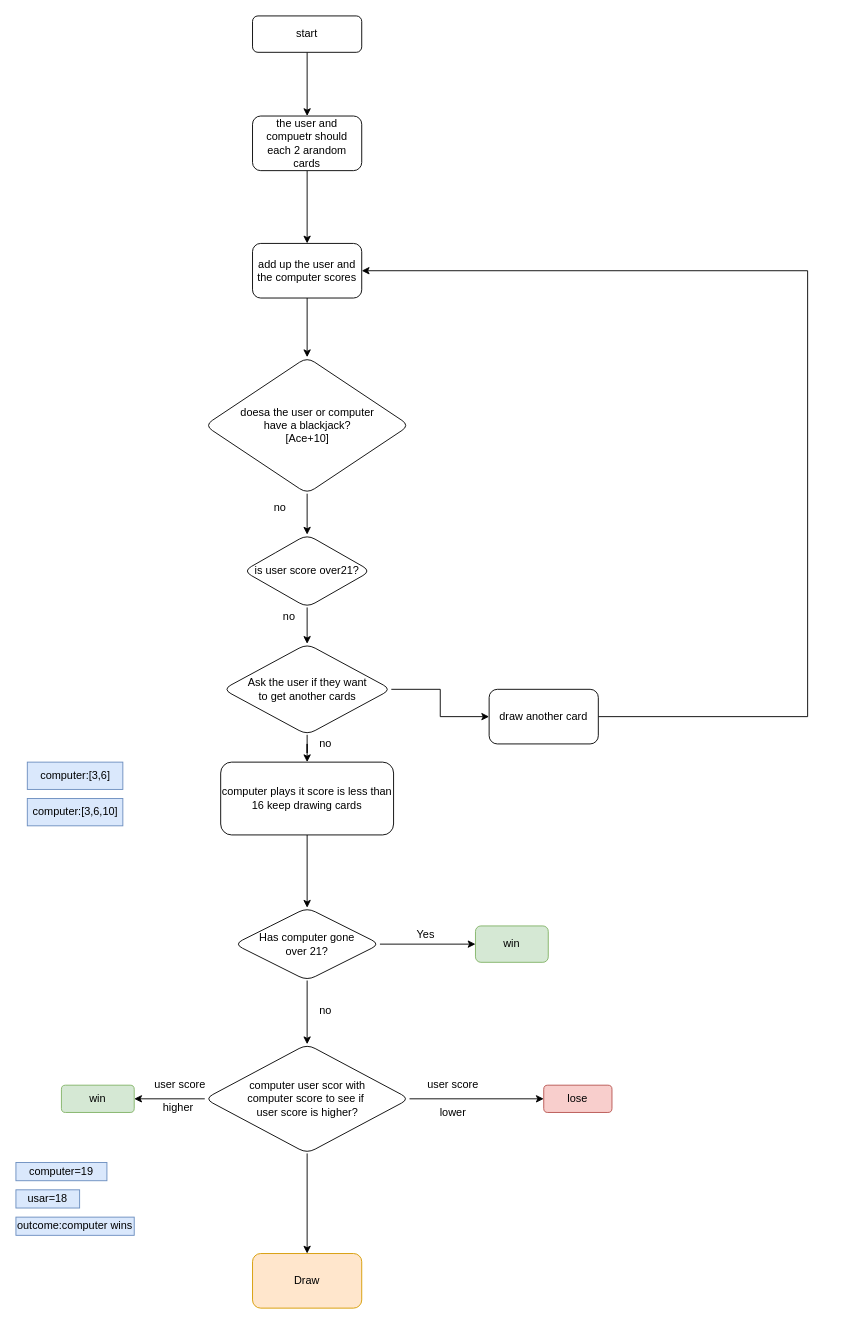
Earlier version of the draw.io diagram page "Page-1" (1 of 3) of day-11/blackjack.drawio (wer340/python-angelayu). Source tidied: cells renumbered, new cells numbered last; positions are measured from the earlier drawing's top-left corner, leaving out a move shared by most shapes. Both pictures are drawn from the tidied source at 91%, with x=0, y=0 at pixel (15, 15).
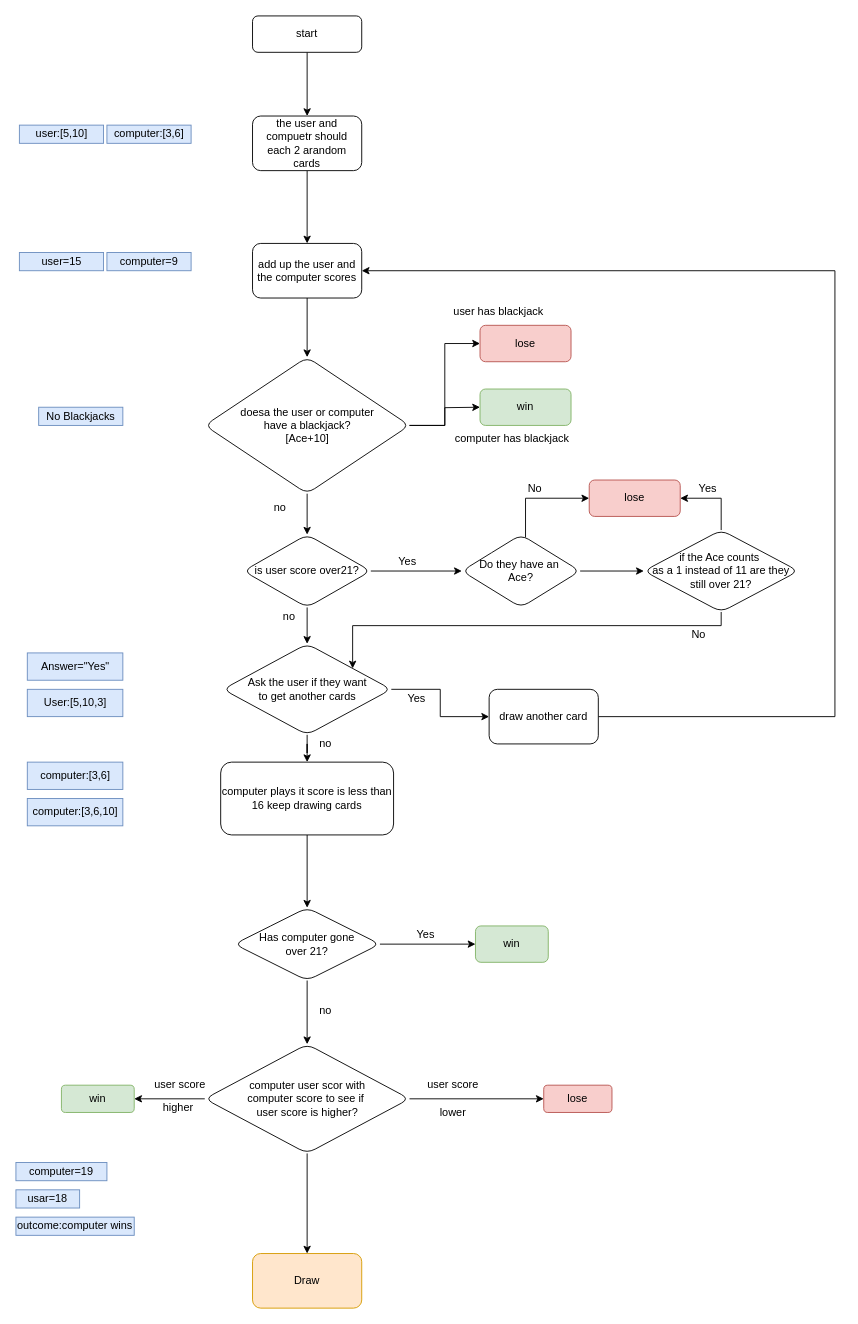
Above is the later version.

Unchanged cells that the change refers to:
```xml
<mxCell id="7" value="add up the user and the computer scores" style="whiteSpace=wrap;html=1;rounded=1;glass=0;strokeWidth=1;shadow=0;" parent="1" vertex="1">
  <mxGeometry x="260" y="250" width="120" height="60" as="geometry" />
</mxCell>
<mxCell id="9" value="doesa the user or computer &lt;br&gt;have a blackjack?&lt;br&gt;[Ace+10]" style="rhombus;whiteSpace=wrap;html=1;rounded=1;glass=0;strokeWidth=1;shadow=0;" parent="1" vertex="1">
  <mxGeometry x="207.5" y="375" width="225" height="150" as="geometry" />
</mxCell>
<mxCell id="11" value="is user score over21?" style="rhombus;whiteSpace=wrap;html=1;rounded=1;glass=0;strokeWidth=1;shadow=0;" parent="1" vertex="1">
  <mxGeometry x="250" y="570" width="140" height="80" as="geometry" />
</mxCell>
<mxCell id="14" value="Ask the user if they want&lt;br&gt;to get another cards" style="rhombus;whiteSpace=wrap;html=1;rounded=1;glass=0;strokeWidth=1;shadow=0;" parent="1" vertex="1">
  <mxGeometry x="227.5" y="690" width="185" height="100" as="geometry" />
</mxCell>
<mxCell id="43" value="draw another card" style="whiteSpace=wrap;html=1;rounded=1;glass=0;strokeWidth=1;shadow=0;" parent="1" vertex="1">
  <mxGeometry x="520" y="740" width="120" height="60" as="geometry" />
</mxCell>
```

Change to the diagram source:
```diff
@@
+    <mxCell id="44" style="edgeStyle=orthogonalEdgeStyle;rounded=0;jettySize=auto;html=1;" parent="1" edge="1" source="9" target="55">
+      <mxGeometry relative="1" as="geometry" />
+    </mxCell>
+    <mxCell id="45" style="edgeStyle=orthogonalEdgeStyle;rounded=0;jettySize=auto;html=1;" parent="1" edge="1" source="9">
+      <mxGeometry relative="1" as="geometry">
+        <mxPoint x="510" y="430" as="targetPoint" />
+      </mxGeometry>
+    </mxCell>
@@
+    <mxCell id="46" style="edgeStyle=orthogonalEdgeStyle;rounded=0;jettySize=auto;html=1;" parent="1" edge="1" source="11" target="61">
+      <mxGeometry relative="1" as="geometry" />
+    </mxCell>
@@
     <mxCell id="42" style="edgeStyle=orthogonalEdgeStyle;rounded=0;jettySize=auto;html=1;entryX=1;entryY=0.5;entryDx=0;entryDy=0;" parent="1" edge="1" source="43" target="7">
       <mxGeometry relative="1" as="geometry">
         <Array as="points">
-          <mxPoint x="870" y="770" />
-          <mxPoint x="870" y="280" />
+          <mxPoint x="900" y="770" />
+          <mxPoint x="900" y="280" />
         </Array>
       </mxGeometry>
     </mxCell>
@@
+    <mxCell id="47" value="Yes" style="text;html=1;align=center;verticalAlign=middle;strokeColor=none;fillColor=none;" parent="1" vertex="1">
+      <mxGeometry x="420" y="735" width="40" height="30" as="geometry" />
+    </mxCell>
+    <mxCell id="48" value="Answer=&quot;Yes&quot;" style="rounded=0;whiteSpace=wrap;html=1;fillColor=#dae8fc;strokeColor=#6c8ebf;" parent="1" vertex="1">
+      <mxGeometry x="12.5" y="700" width="105" height="30" as="geometry" />
+    </mxCell>
+    <mxCell id="49" value="User:[5,10,3]" style="rounded=0;whiteSpace=wrap;html=1;fillColor=#dae8fc;strokeColor=#6c8ebf;" parent="1" vertex="1">
+      <mxGeometry x="12.5" y="740" width="105" height="30" as="geometry" />
+    </mxCell>
+    <mxCell id="50" value="No Blackjacks" style="rounded=0;whiteSpace=wrap;html=1;fillColor=#dae8fc;strokeColor=#6c8ebf;" parent="1" vertex="1">
+      <mxGeometry x="25" y="430" width="92.5" height="20" as="geometry" />
+    </mxCell>
+    <mxCell id="51" value="user=15" style="rounded=0;whiteSpace=wrap;html=1;fillColor=#dae8fc;strokeColor=#6c8ebf;" parent="1" vertex="1">
+      <mxGeometry x="3.8" y="260" width="92.5" height="20" as="geometry" />
+    </mxCell>
+    <mxCell id="52" value="computer=9" style="rounded=0;whiteSpace=wrap;html=1;fillColor=#dae8fc;strokeColor=#6c8ebf;" parent="1" vertex="1">
+      <mxGeometry x="100" y="260" width="92.5" height="20" as="geometry" />
+    </mxCell>
+    <mxCell id="53" value="user:[5,10]" style="rounded=0;whiteSpace=wrap;html=1;fillColor=#dae8fc;strokeColor=#6c8ebf;" parent="1" vertex="1">
+      <mxGeometry x="3.8" y="120" width="92.5" height="20" as="geometry" />
+    </mxCell>
+    <mxCell id="54" value="computer:[3,6]" style="rounded=0;whiteSpace=wrap;html=1;fillColor=#dae8fc;strokeColor=#6c8ebf;" parent="1" vertex="1">
+      <mxGeometry x="100" y="120" width="92.5" height="20" as="geometry" />
+    </mxCell>
+    <mxCell id="55" value="lose" style="whiteSpace=wrap;html=1;rounded=1;glass=0;strokeWidth=1;shadow=0;fillColor=#f8cecc;strokeColor=#b85450;" parent="1" vertex="1">
+      <mxGeometry x="510" y="340" width="100" height="40" as="geometry" />
+    </mxCell>
+    <mxCell id="56" value="win" style="whiteSpace=wrap;html=1;rounded=1;glass=0;strokeWidth=1;shadow=0;fillColor=#d5e8d4;strokeColor=#82b366;" parent="1" vertex="1">
+      <mxGeometry x="510" y="410" width="100" height="40" as="geometry" />
+    </mxCell>
+    <mxCell id="57" value="user has blackjack" style="text;html=1;align=center;verticalAlign=middle;strokeColor=none;fillColor=none;" parent="1" vertex="1">
+      <mxGeometry x="470" y="310" width="120" height="30" as="geometry" />
+    </mxCell>
+    <mxCell id="58" value="computer has blackjack" style="text;html=1;align=center;verticalAlign=middle;strokeColor=none;fillColor=none;" parent="1" vertex="1">
+      <mxGeometry x="470" y="450" width="150" height="30" as="geometry" />
+    </mxCell>
+    <mxCell id="59" style="edgeStyle=orthogonalEdgeStyle;rounded=0;jettySize=auto;html=1;" parent="1" edge="1" source="61" target="62">
+      <mxGeometry relative="1" as="geometry">
+        <Array as="points">
+          <mxPoint x="560" y="530" />
+        </Array>
+      </mxGeometry>
+    </mxCell>
+    <mxCell id="60" style="edgeStyle=orthogonalEdgeStyle;rounded=0;jettySize=auto;html=1;" parent="1" edge="1" source="61" target="65">
+      <mxGeometry relative="1" as="geometry" />
+    </mxCell>
+    <mxCell id="61" value="Do they have an&amp;nbsp;&lt;br&gt;Ace?" style="rhombus;whiteSpace=wrap;html=1;rounded=1;glass=0;strokeWidth=1;shadow=0;" parent="1" vertex="1">
+      <mxGeometry x="490" y="570" width="130" height="80" as="geometry" />
+    </mxCell>
+    <mxCell id="62" value="lose" style="whiteSpace=wrap;html=1;rounded=1;glass=0;strokeWidth=1;shadow=0;fillColor=#f8cecc;strokeColor=#b85450;" parent="1" vertex="1">
+      <mxGeometry x="630" y="510" width="100" height="40" as="geometry" />
+    </mxCell>
+    <mxCell id="63" style="edgeStyle=orthogonalEdgeStyle;rounded=0;jettySize=auto;html=1;exitX=0.5;exitY=0;exitDx=0;exitDy=0;entryX=1;entryY=0.5;entryDx=0;entryDy=0;" parent="1" edge="1" source="65" target="62">
+      <mxGeometry relative="1" as="geometry" />
+    </mxCell>
+    <mxCell id="64" style="edgeStyle=orthogonalEdgeStyle;rounded=0;jettySize=auto;html=1;" parent="1" edge="1" source="65" target="14">
+      <mxGeometry relative="1" as="geometry">
+        <Array as="points">
+          <mxPoint x="775" y="670" />
+          <mxPoint x="370" y="670" />
+        </Array>
+      </mxGeometry>
+    </mxCell>
+    <mxCell id="65" value="if the Ace counts&amp;nbsp;&lt;br&gt;as a 1 instead of 11 are they&lt;br&gt;still over 21?" style="rhombus;whiteSpace=wrap;html=1;rounded=1;glass=0;strokeWidth=1;shadow=0;" parent="1" vertex="1">
+      <mxGeometry x="690" y="565" width="170" height="90" as="geometry" />
+    </mxCell>
+    <mxCell id="66" value="Yes" style="text;html=1;align=center;verticalAlign=middle;strokeColor=none;fillColor=none;" parent="1" vertex="1">
+      <mxGeometry x="740" y="505" width="40" height="30" as="geometry" />
+    </mxCell>
+    <mxCell id="67" value="No" style="text;html=1;align=center;verticalAlign=middle;strokeColor=none;fillColor=none;" parent="1" vertex="1">
+      <mxGeometry x="550" y="505" width="40" height="30" as="geometry" />
+    </mxCell>
+    <mxCell id="68" value="No" style="text;html=1;align=center;verticalAlign=middle;strokeColor=none;fillColor=none;" parent="1" vertex="1">
+      <mxGeometry x="730" y="665" width="40" height="30" as="geometry" />
+    </mxCell>
+    <mxCell id="69" value="Yes" style="text;html=1;align=center;verticalAlign=middle;strokeColor=none;fillColor=none;" parent="1" vertex="1">
+      <mxGeometry x="410" y="585" width="40" height="30" as="geometry" />
+    </mxCell>
```
